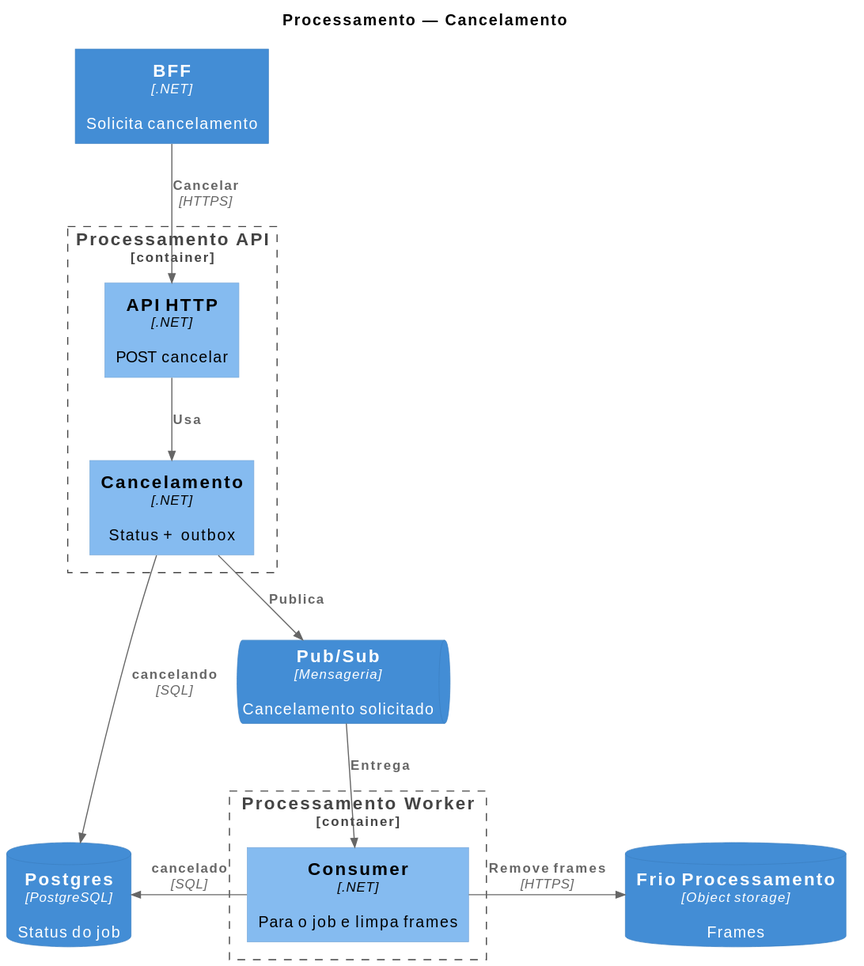
Above: arquitetura/08_componentes-processamento-cancelamento.svg in fiap-x-vcosta/docs (PlantUML), before the change.
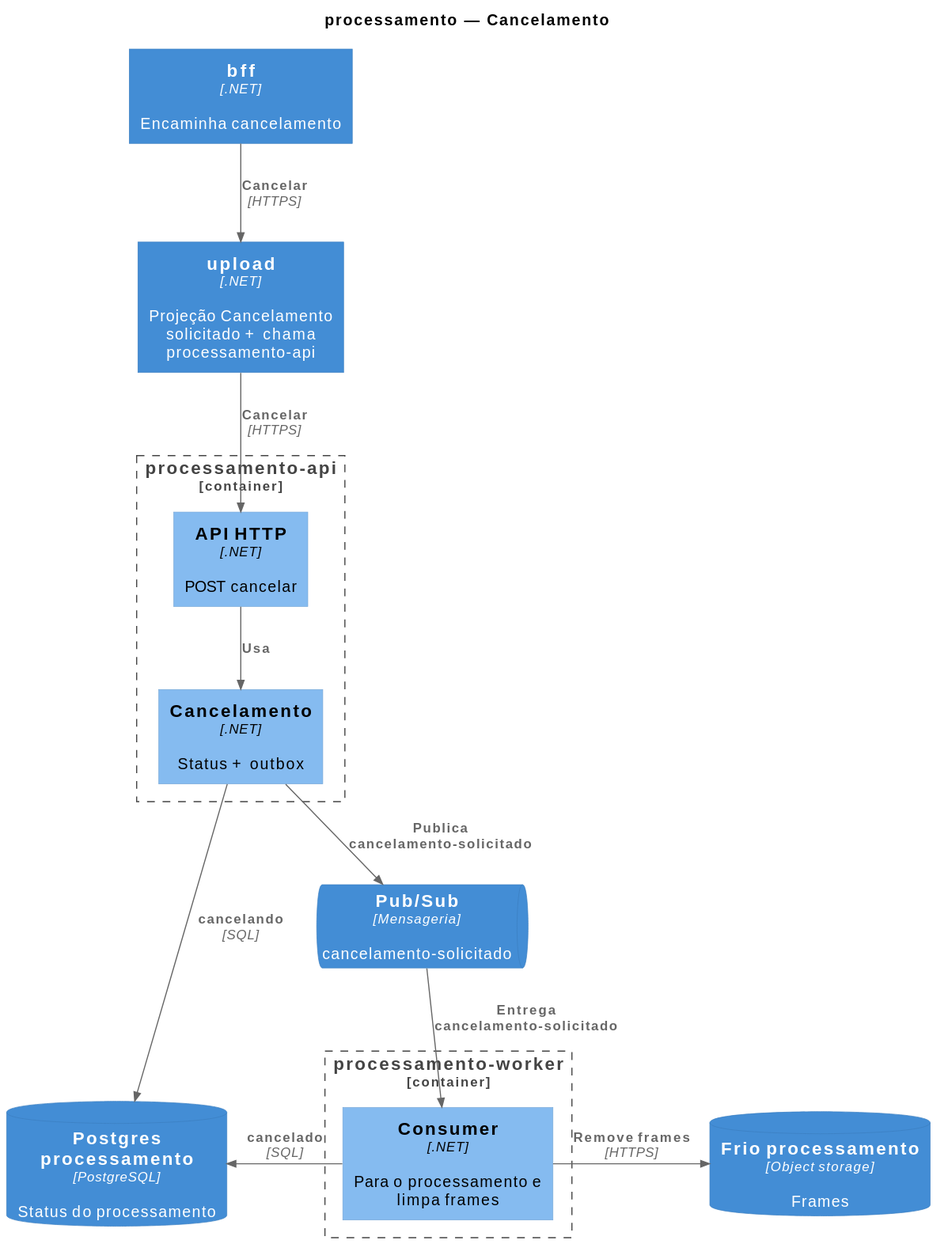
Above is the later version.

What changed in the source:
```diff
@@ -4,28 +4,30 @@
 LAYOUT_TOP_DOWN()
 HIDE_STEREOTYPE()
 
-title Processamento — Cancelamento
+title processamento — Cancelamento
 
-Container(bff, "BFF", ".NET", "Solicita cancelamento")
+Container(bff, "bff", ".NET", "Encaminha cancelamento")
+Container(upload, "upload", ".NET", "Projeção Cancelamento solicitado + chama processamento-api")
 
-Container_Boundary(procApi, "Processamento API") {
+Container_Boundary(procApi, "processamento-api") {
   Component(apiHttp, "API HTTP", ".NET", "POST cancelar")
   Component(cancel, "Cancelamento", ".NET", "Status + outbox")
 }
 
-ContainerQueue(pubsub, "Pub/Sub", "Mensageria", "Cancelamento solicitado")
+ContainerQueue(pubsub, "Pub/Sub", "Mensageria", "cancelamento-solicitado")
 
-Container_Boundary(procWorker, "Processamento Worker") {
-  Component(consumer, "Consumer", ".NET", "Para o job e limpa frames")
+Container_Boundary(procWorker, "processamento-worker") {
+  Component(consumer, "Consumer", ".NET", "Para o processamento e limpa frames")
 }
 
-ContainerDb(pgProc, "Postgres", "PostgreSQL", "Status do job")
-ContainerDb(frioProc, "Frio Processamento", "Object storage", "Frames")
+ContainerDb(pgProc, "Postgres processamento", "PostgreSQL", "Status do processamento")
+ContainerDb(frioProc, "Frio processamento", "Object storage", "Frames")
 
-Rel_D(bff, apiHttp, "Cancelar", "HTTPS")
+Rel_D(bff, upload, "Cancelar", "HTTPS")
+Rel_D(upload, apiHttp, "Cancelar", "HTTPS")
 Rel_D(apiHttp, cancel, "Usa")
-Rel_D(cancel, pubsub, "Publica")
-Rel_D(pubsub, consumer, "Entrega")
+Rel_D(cancel, pubsub, "Publica cancelamento-solicitado")
+Rel_D(pubsub, consumer, "Entrega cancelamento-solicitado")
 Rel_R(cancel, pgProc, "cancelando", "SQL")
 Rel_R(consumer, frioProc, "Remove frames", "HTTPS")
 Rel_R(consumer, pgProc, "cancelado", "SQL")
```
